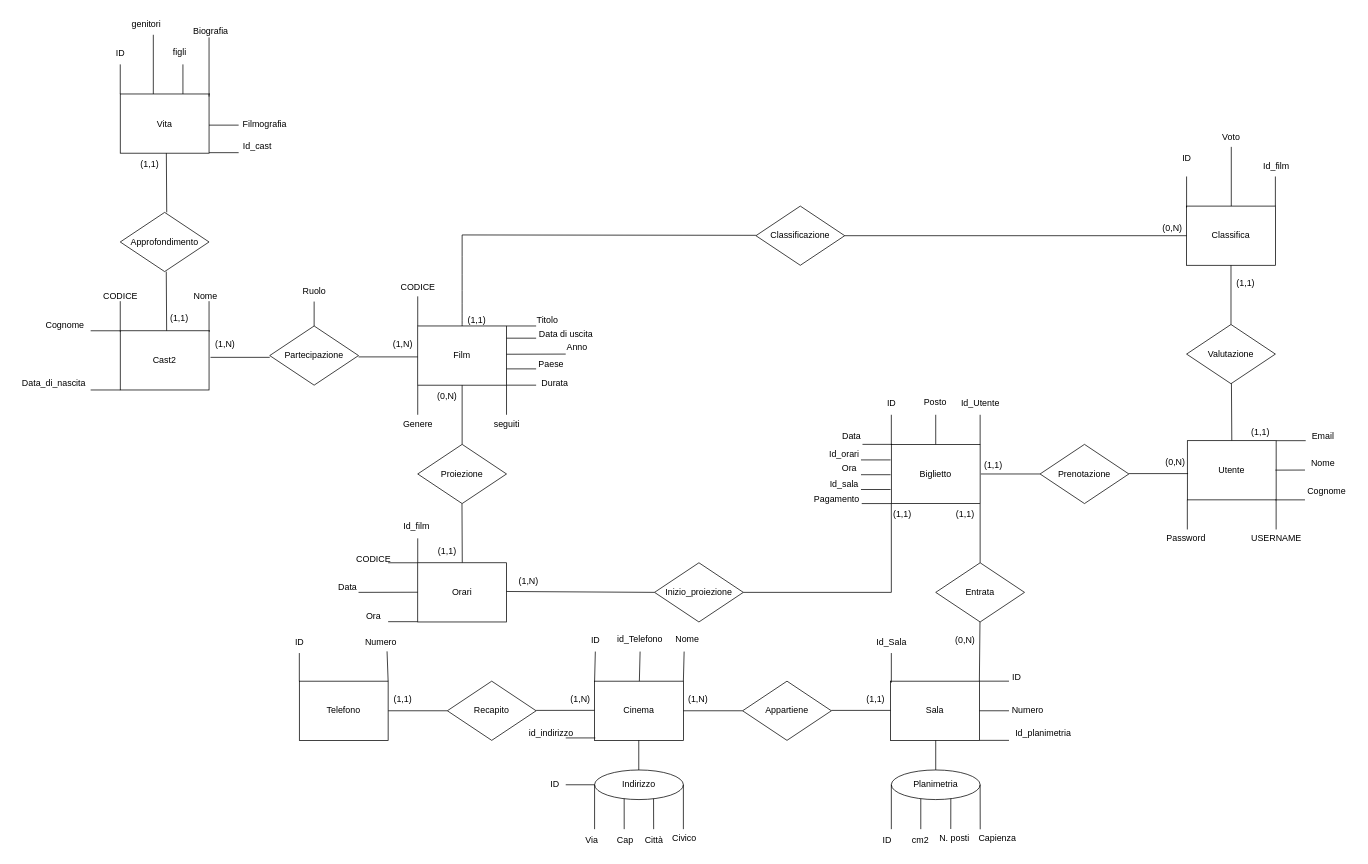
Earlier version of the draw.io diagram Diagramma.drawio (FRANCO8724/10---Realizzazione-di-una-web-application). Source tidied: cells renumbered, new cells numbered last; positions are measured from the earlier drawing's top-left corner, leaving out a move shared by most shapes. Both pictures are drawn from the tidied source at 74%, with x=0, y=0 at pixel (13, 12).
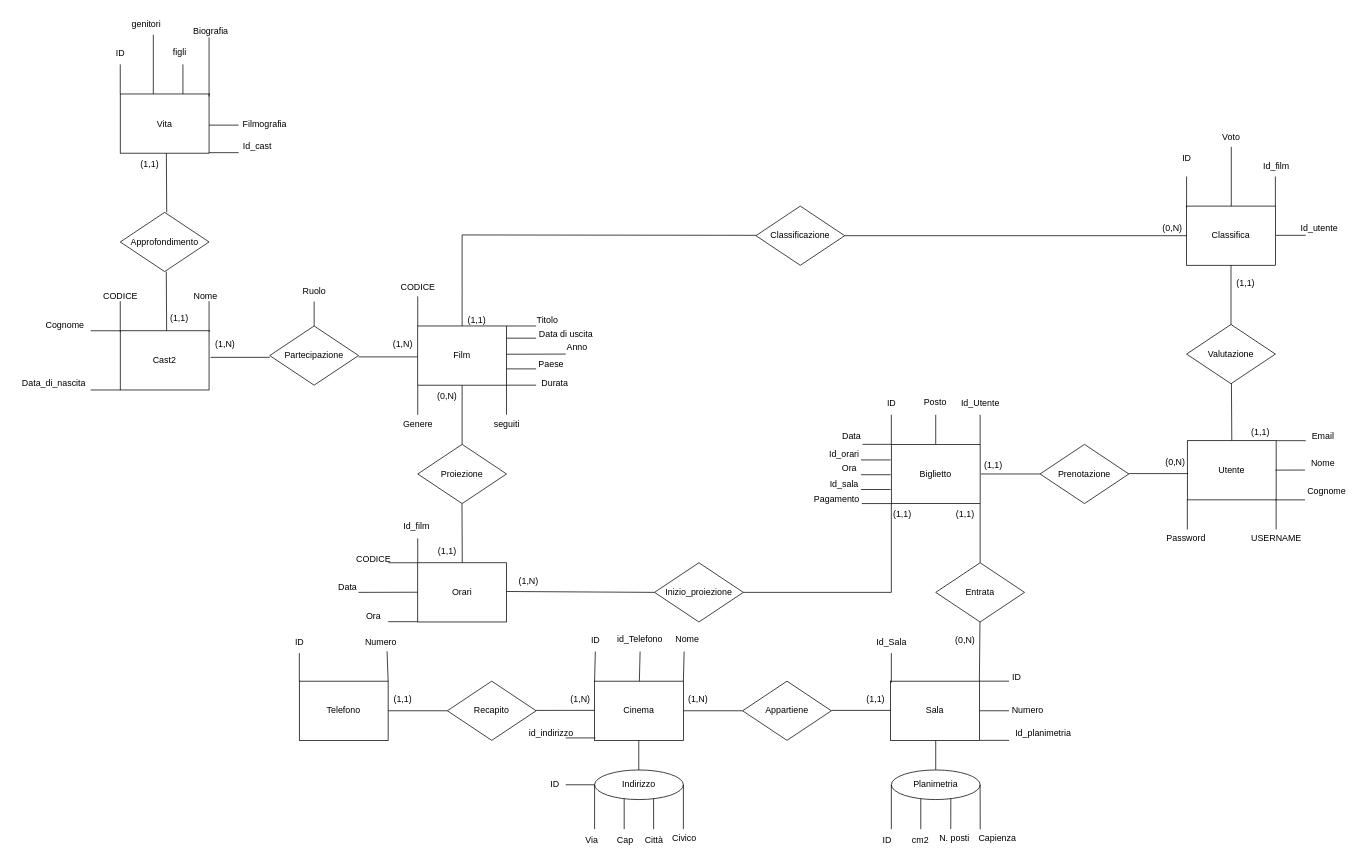
The same diagram, later.

Change to the diagram source:
```diff
@@
+    <mxCell id="188" style="endArrow=none;html=1;rounded=0;" parent="1" edge="1">
+      <mxGeometry relative="1" as="geometry">
+        <mxPoint x="1707" y="301.5" as="sourcePoint" />
+        <mxPoint x="1747" y="301.5" as="targetPoint" />
+      </mxGeometry>
+    </mxCell>
+    <mxCell id="189" value="Id_utente" style="text;html=1;align=center;verticalAlign=middle;strokeColor=none;fillColor=none;" parent="1" vertex="1">
+      <mxGeometry x="1731" y="279" width="68" height="26" as="geometry" />
+    </mxCell>
```
